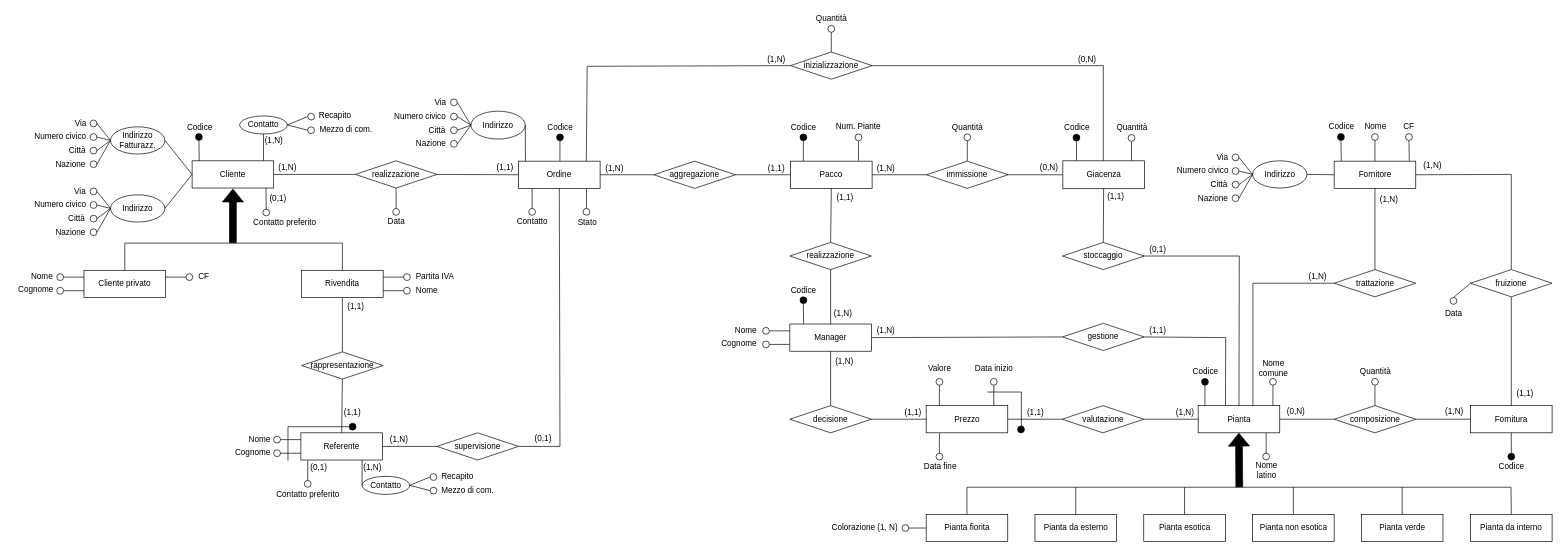
The draw.io diagram ER-diagrams/ER-master.drawio in nic-agos/Verde-S.R.L, before the edit. Source tidied: cells renumbered, new cells numbered last; positions are measured from the earlier drawing's top-left corner, leaving out a move shared by most shapes. Both pictures are drawn from the tidied source at 68%, with x=0, y=0 at pixel (12, 12).
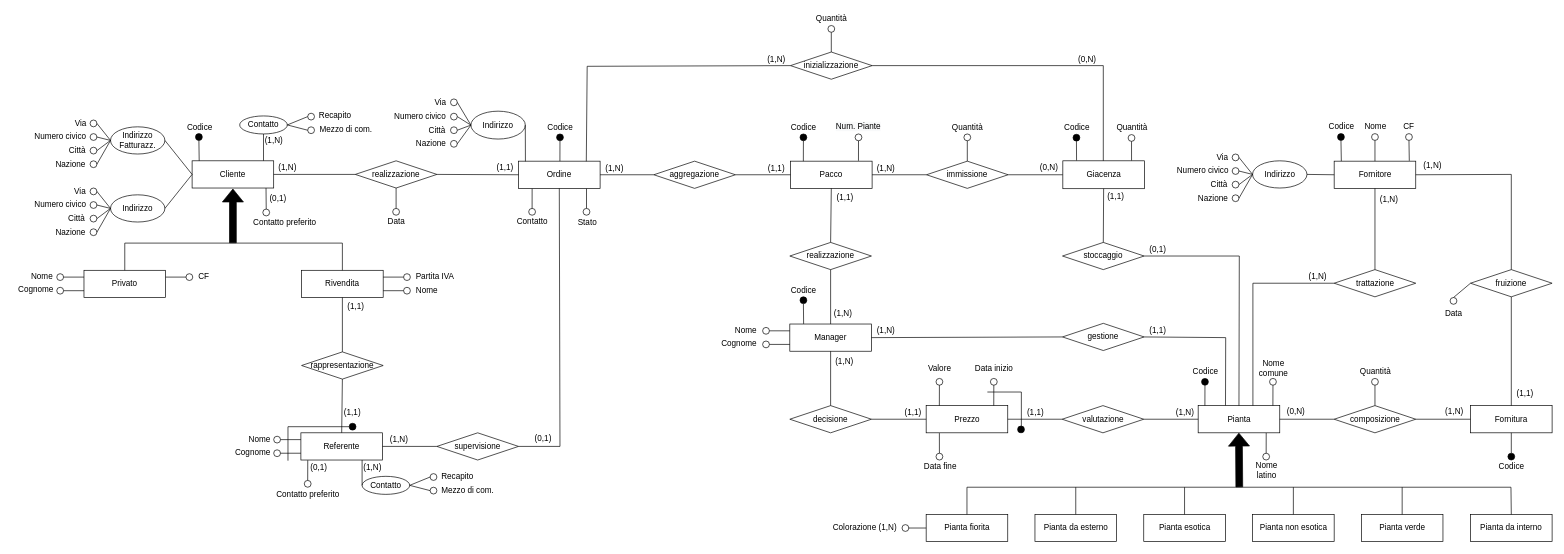
Above is the later version.

The edit, as a diff of the source:
```diff
@@
-    <mxCell id="22" value="Cliente privato" style="rounded=0;whiteSpace=wrap;html=1;strokeWidth=1;perimeterSpacing=0;" parent="1" vertex="1">
+    <mxCell id="22" value="Privato" style="rounded=0;whiteSpace=wrap;html=1;strokeWidth=1;perimeterSpacing=0;" parent="1" vertex="1">
       <mxGeometry x="106" y="380" width="120" height="40" as="geometry" />
     </mxCell>
@@
-    <mxCell id="157" value="Colorazione (1, N)" style="text;html=1;align=center;verticalAlign=middle;strokeColor=none;fillColor=none;" parent="1" vertex="1">
+    <mxCell id="157" value="Colorazione (1,N)" style="text;html=1;align=center;verticalAlign=middle;strokeColor=none;fillColor=none;" parent="1" vertex="1">
       <mxGeometry x="1199" y="748" width="110" height="20" as="geometry" />
     </mxCell>
```
